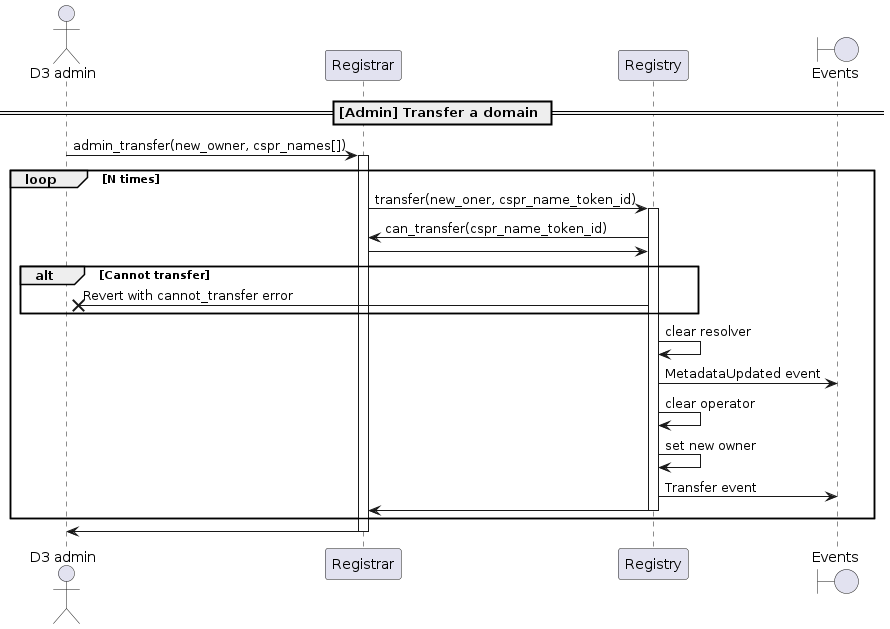
Above: docs/sequence-diagrams/puml/admin-transfer-domain.png in make-software/cspr-name-contracts (PlantUML), before the change. Its diagram source:
```plantuml
@startuml

actor "D3 admin"
participant "Registrar"
participant "Registry"
boundary "Events"

== [Admin] Transfer a domain ==

"D3 admin" -> "Registrar": admin_transfer(new_owner, cspr_names[])
activate Registrar
loop N times
    Registrar -> Registry: transfer(new_oner, cspr_name_token_id)
    activate Registry
    Registry -> Registrar: can_transfer(cspr_name_token_id)
    Registrar -> Registry
    alt Cannot transfer
        Registry ->X "D3 admin": Revert with cannot_transfer error
    end
    Registry -> Registry: clear resolver
    Registry -> "Events": MetadataUpdated event
    Registry -> Registry: clear operator
    Registry -> Registry : set new owner
    Registry -> "Events": Transfer event
    Registry -> Registrar
    deactivate Registry
end
Registrar -> "D3 admin"
deactivate Registrar

@enduml
```
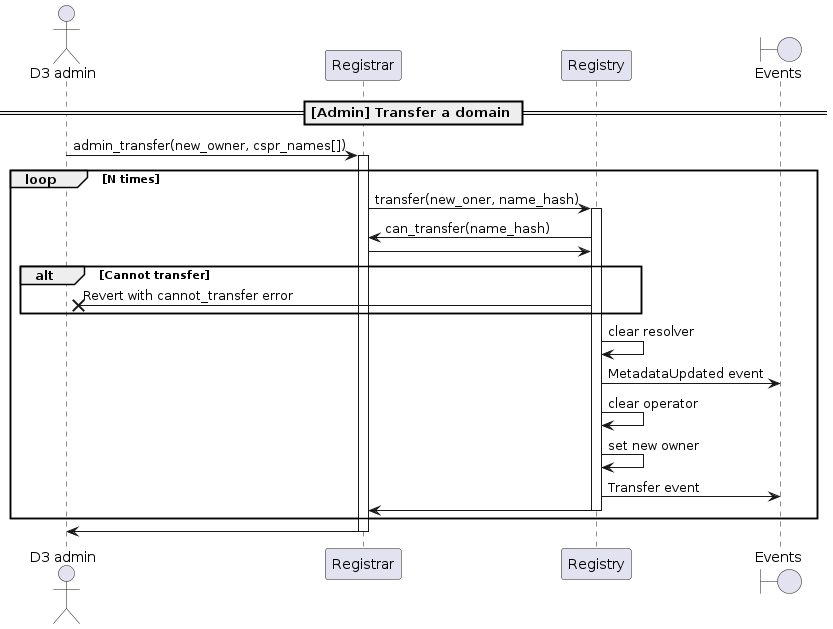
After the change.

Change to the diagram source:
```diff
@@ -10,9 +10,9 @@
 "D3 admin" -> "Registrar": admin_transfer(new_owner, cspr_names[])
 activate Registrar
 loop N times
-    Registrar -> Registry: transfer(new_oner, cspr_name_token_id)
+    Registrar -> Registry: transfer(new_oner, name_hash)
     activate Registry
-    Registry -> Registrar: can_transfer(cspr_name_token_id)
+    Registry -> Registrar: can_transfer(name_hash)
     Registrar -> Registry
     alt Cannot transfer
         Registry ->X "D3 admin": Revert with cannot_transfer error
```
